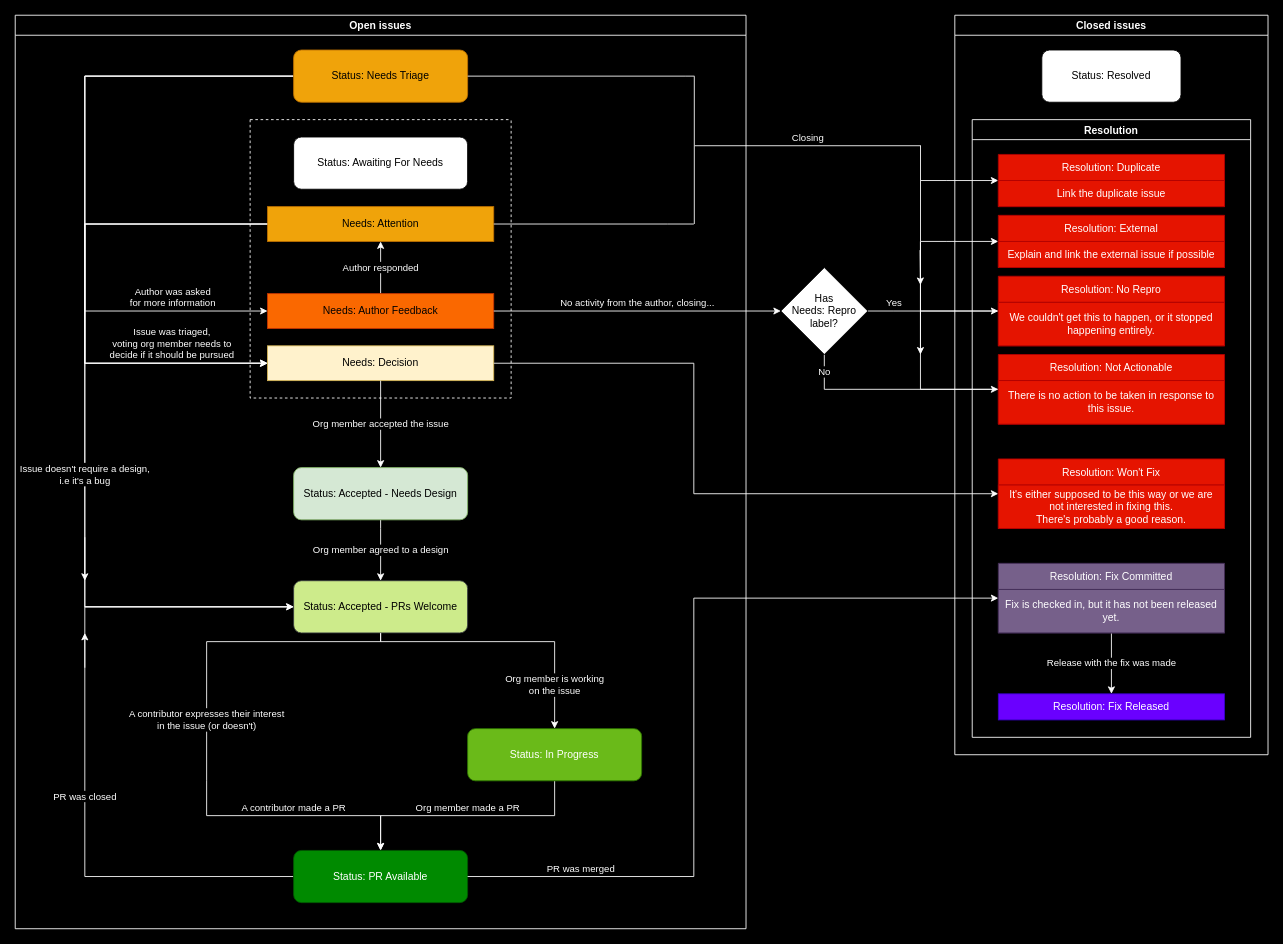
Above: source/_images/triaging.drawio in jack1142/Red-DevGuide (draw.io), before the change. Source tidied: cells renumbered, new cells numbered last; positions are measured from the earlier drawing's top-left corner, leaving out a move shared by most shapes. Both pictures are drawn from the tidied source at 87%, with x=0, y=0 at pixel (15, 15).
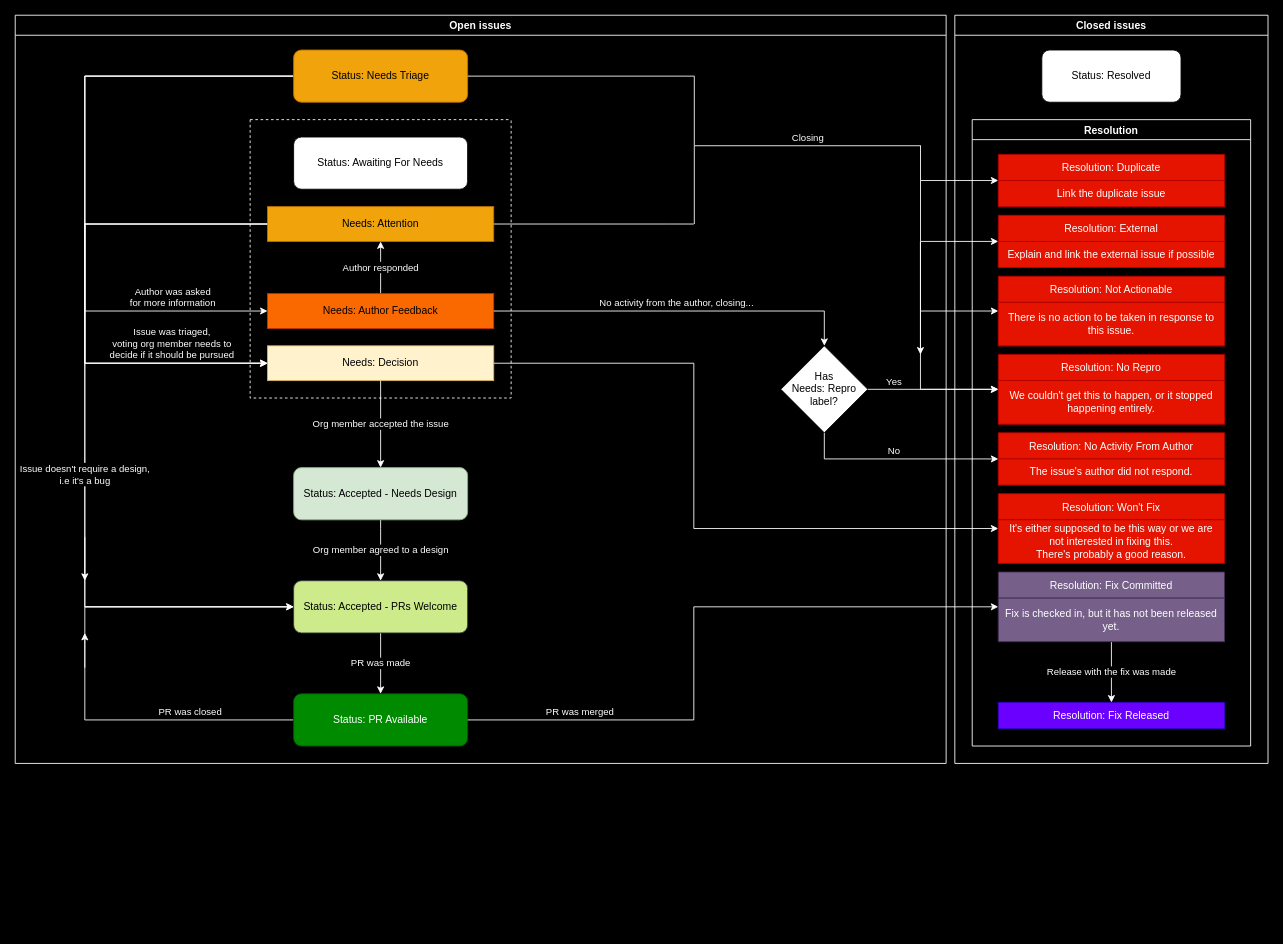
Above is the later version.

Commit message (it also covers changes not shown here):
Remove In Progress status, add No Activity From Author resolution

The change refers to these unchanged cells:
```xml
<mxCell id="10" value="Needs: Author Feedback" style="rounded=0;whiteSpace=wrap;html=1;strokeColor=#C73500;fillColor=#fa6800;fontColor=#000000;" parent="4" vertex="1">
  <mxGeometry x="20" y="200" width="260" height="40" as="geometry" />
</mxCell>
<mxCell id="11" value="Needs: Decision" style="rounded=0;whiteSpace=wrap;html=1;strokeColor=#d6b656;fillColor=#fff2cc;" parent="4" vertex="1">
  <mxGeometry x="20" y="260" width="260" height="40" as="geometry" />
</mxCell>
<mxCell id="27" value="Status: Accepted - PRs Welcome" style="rounded=1;whiteSpace=wrap;html=1;fillColor=#cdeb8b;strokeColor=#36393d;" parent="2" vertex="1">
  <mxGeometry x="320" y="650" width="200" height="60" as="geometry" />
</mxCell>
<mxCell id="37" style="swimlane;startSize=0;labelBackgroundColor=none;swimlaneFillColor=#FFFFFF;gradientColor=#ffffff;fillColor=none;strokeColor=none;" parent="1" vertex="1">
  <mxGeometry x="1040" y="150" width="1" height="110" as="geometry" />
</mxCell>
<mxCell id="56" value="It's either supposed to be this way or we are not interested in fixing this.&#10;There's probably a good reason." style="text;strokeColor=#B20000;fillColor=#e51400;align=center;verticalAlign=middle;spacingLeft=4;spacingRight=4;overflow=hidden;points=[[0,0.5],[1,0.5]];portConstraint=eastwest;whiteSpace=wrap;fontColor=#ffffff;" parent="55" vertex="1">
  <mxGeometry y="30" width="260" height="50" as="geometry" />
</mxCell>
```

Diff of the diagram source:
```diff
@@
     <mxCell id="2" value="Open issues" style="swimlane;swimlaneFillColor=none;fillColor=#000000;strokeColor=#FFFFFF;fontColor=#FFFFFF;" parent="1" vertex="1">
-      <mxGeometry width="840" height="1050" as="geometry" />
+      <mxGeometry width="1070" height="860" as="geometry" />
     </mxCell>
@@
-    <mxCell id="19" value="PR was closed" style="edgeStyle=orthogonalEdgeStyle;rounded=0;jettySize=auto;html=1;sourcePerimeterSpacing=0;targetPerimeterSpacing=0;shadow=0;sketch=0;endArrow=none;endFill=0;align=center;labelBackgroundColor=#000000;fontColor=#FFFFFF;strokeColor=#FFFFFF;" parent="2" edge="1" source="25" target="27">
-      <mxGeometry x="-0.16" relative="1" as="geometry">
+    <mxCell id="19" value="PR was closed" style="edgeStyle=orthogonalEdgeStyle;rounded=0;jettySize=auto;html=1;sourcePerimeterSpacing=0;targetPerimeterSpacing=0;shadow=0;sketch=0;endArrow=none;endFill=0;align=center;labelBackgroundColor=#000000;fontColor=#FFFFFF;strokeColor=#FFFFFF;verticalAlign=bottom;" parent="2" edge="1" source="25" target="27">
+      <mxGeometry x="-0.61" relative="1" as="geometry">
         <Array as="points">
-          <mxPoint x="80" y="990" />
+          <mxPoint x="80" y="810" />
           <mxPoint x="80" y="680" />
         </Array>
       </mxGeometry>
     </mxCell>
-    <mxCell id="20" value="Org member is working&lt;br&gt;on the issue" style="edgeStyle=orthogonalEdgeStyle;rounded=0;jettySize=auto;html=1;startArrow=none;startFill=0;endArrow=classic;endFill=1;align=center;labelBackgroundColor=#000000;fontColor=#FFFFFF;strokeColor=#FFFFFF;" parent="2" edge="1" source="27" target="28">
-      <mxGeometry x="0.68" relative="1" as="geometry">
-        <Array as="points">
-          <mxPoint x="420" y="720" />
-          <mxPoint x="620" y="720" />
-        </Array>
-      </mxGeometry>
-    </mxCell>
-    <mxCell id="21" value="A contributor made a PR" style="edgeStyle=orthogonalEdgeStyle;rounded=0;jettySize=auto;html=1;startArrow=none;startFill=0;endArrow=classic;endFill=1;verticalAlign=bottom;labelBackgroundColor=#000000;fontColor=#FFFFFF;strokeColor=#FFFFFF;" parent="2" edge="1" target="25">
-      <mxGeometry relative="1" as="geometry">
-        <mxPoint x="220" y="880" as="sourcePoint" />
-        <Array as="points">
-          <mxPoint x="220" y="880" />
-          <mxPoint x="220" y="920" />
-          <mxPoint x="420" y="920" />
-        </Array>
-      </mxGeometry>
-    </mxCell>
-    <mxCell id="22" value="Org member made a PR" style="edgeStyle=orthogonalEdgeStyle;rounded=0;jettySize=auto;html=1;startArrow=none;startFill=0;endArrow=classic;endFill=1;verticalAlign=bottom;labelBackgroundColor=#000000;fontColor=#FFFFFF;strokeColor=#FFFFFF;" parent="2" edge="1" source="28" target="25">
-      <mxGeometry relative="1" as="geometry">
-        <Array as="points">
-          <mxPoint x="620" y="920" />
-          <mxPoint x="420" y="920" />
-        </Array>
-      </mxGeometry>
-    </mxCell>
@@
     <mxCell id="25" value="Status: PR Available" style="rounded=1;whiteSpace=wrap;html=1;strokeColor=#005700;fontColor=#ffffff;fillColor=#008a00;" parent="2" vertex="1">
-      <mxGeometry x="320" y="960" width="200" height="60" as="geometry" />
+      <mxGeometry x="320" y="780" width="200" height="60" as="geometry" />
     </mxCell>
@@
+    <mxCell id="64" value="PR was made" style="edgeStyle=orthogonalEdgeStyle;rounded=0;jettySize=auto;html=1;strokeColor=#FFFFFF;labelBackgroundColor=#000000;fontColor=#FFFFFF;" parent="2" edge="1" source="27" target="25">
+      <mxGeometry relative="1" as="geometry" />
+    </mxCell>
@@
-    <mxCell id="28" value="Status: In Progress" style="rounded=1;whiteSpace=wrap;html=1;strokeColor=#2D7600;fontColor=#ffffff;fillColor=#6ABA19;" parent="2" vertex="1">
-      <mxGeometry x="520" y="820" width="200" height="60" as="geometry" />
-    </mxCell>
+    <mxCell id="62" value="Has&lt;br&gt;Needs: Repro&lt;br&gt;label?" style="rhombus;whiteSpace=wrap;html=1;" parent="2" vertex="1">
+      <mxGeometry x="880" y="380" width="100" height="100" as="geometry" />
+    </mxCell>
+    <mxCell id="63" value="No activity from the author, closing..." style="edgeStyle=orthogonalEdgeStyle;rounded=0;jettySize=auto;html=1;verticalAlign=bottom;labelBackgroundColor=#000000;fontColor=#FFFFFF;strokeColor=#FFFFFF;" parent="2" edge="1" source="10" target="62">
+      <mxGeometry relative="1" as="geometry" />
+    </mxCell>
     <mxCell id="29" style="edgeStyle=orthogonalEdgeStyle;rounded=0;jettySize=auto;html=1;startArrow=none;startFill=0;endArrow=classic;endFill=1;strokeColor=#FFFFFF;" parent="1" edge="1" source="11" target="56">
       <mxGeometry relative="1" as="geometry">
         <Array as="points">
           <mxPoint x="780" y="400" />
-          <mxPoint x="780" y="550" />
+          <mxPoint x="780" y="590" />
         </Array>
       </mxGeometry>
     </mxCell>
-    <mxCell id="30" value="A contributor expresses their interest&lt;br style=&quot;font-size: 11px;&quot;&gt;in the issue (or doesn't)" style="edgeStyle=orthogonalEdgeStyle;rounded=0;sketch=0;jumpStyle=gap;jettySize=auto;html=1;labelBackgroundColor=#000000;fontSize=11;strokeWidth=1;align=center;endArrow=none;endFill=0;fontColor=#FFFFFF;strokeColor=#FFFFFF;" parent="1" edge="1" source="27">
-      <mxGeometry x="0.62" relative="1" as="geometry">
-        <mxPoint x="220" y="880" as="targetPoint" />
-        <Array as="points">
-          <mxPoint x="420" y="720" />
-          <mxPoint x="220" y="720" />
-        </Array>
-      </mxGeometry>
-    </mxCell>
     <mxCell id="31" value="PR was merged" style="edgeStyle=orthogonalEdgeStyle;rounded=0;jettySize=auto;html=1;startArrow=none;startFill=0;endArrow=classic;endFill=1;labelBackgroundColor=#000000;verticalAlign=bottom;fontColor=#FFFFFF;strokeColor=#FFFFFF;" parent="1" edge="1" source="25" target="59">
-      <mxGeometry x="-0.72" relative="1" as="geometry">
+      <mxGeometry x="-0.65" relative="1" as="geometry">
         <Array as="points">
-          <mxPoint x="780" y="990" />
-          <mxPoint x="780" y="670" />
+          <mxPoint x="780" y="810" />
+          <mxPoint x="780" y="680" />
         </Array>
+        <mxPoint x="-1" as="offset" />
       </mxGeometry>
     </mxCell>
-    <mxCell id="32" value="No" style="edgeStyle=orthogonalEdgeStyle;rounded=0;jettySize=auto;html=1;align=center;labelBackgroundColor=#000000;fontColor=#FFFFFF;strokeColor=#FFFFFF;" parent="1" edge="1" source="62" target="57">
-      <mxGeometry x="-0.83" relative="1" as="geometry">
-        <Array as="points">
-          <mxPoint x="930" y="430" />
-        </Array>
-      </mxGeometry>
-    </mxCell>
-    <mxCell id="33" value="Yes" style="edgeStyle=orthogonalEdgeStyle;rounded=0;jettySize=auto;html=1;verticalAlign=bottom;labelBackgroundColor=#000000;fontColor=#FFFFFF;strokeColor=#FFFFFF;" parent="1" edge="1" source="62" target="53">
-      <mxGeometry x="-0.6" relative="1" as="geometry">
-        <Array as="points">
-          <mxPoint x="1010" y="340" />
-          <mxPoint x="1010" y="340" />
-        </Array>
-      </mxGeometry>
-    </mxCell>
-    <mxCell id="34" style="edgeStyle=orthogonalEdgeStyle;rounded=0;jettySize=auto;html=1;endArrow=none;endFill=0;strokeColor=#FFFFFF;" parent="1" edge="1" source="37" target="57">
+    <mxCell id="34" style="edgeStyle=orthogonalEdgeStyle;rounded=0;jettySize=auto;html=1;endArrow=classic;endFill=1;strokeColor=#FFFFFF;" parent="1" edge="1" source="37" target="57">
       <mxGeometry relative="1" as="geometry">
         <Array as="points">
-          <mxPoint x="1040" y="430" />
+          <mxPoint x="1041" y="340" />
         </Array>
       </mxGeometry>
     </mxCell>
-    <mxCell id="35" style="endArrow=classic;html=1;strokeColor=#FFFFFF;" parent="1" edge="1">
-      <mxGeometry relative="1" as="geometry">
-        <mxPoint x="1040" y="270" as="sourcePoint" />
-        <mxPoint x="1040.5" y="310" as="targetPoint" />
-      </mxGeometry>
-    </mxCell>
@@
-    <mxCell id="38" style="edgeStyle=orthogonalEdgeStyle;rounded=0;jettySize=auto;html=1;endArrow=none;endFill=0;strokeColor=#FFFFFF;" parent="1" edge="1" source="37" target="53">
+    <mxCell id="38" style="edgeStyle=orthogonalEdgeStyle;rounded=0;jettySize=auto;html=1;endArrow=classic;endFill=1;strokeColor=#FFFFFF;" parent="1" edge="1" source="37" target="53">
       <mxGeometry relative="1" as="geometry">
         <Array as="points">
-          <mxPoint x="1041" y="340" />
+          <mxPoint x="1041" y="430" />
         </Array>
       </mxGeometry>
     </mxCell>
@@
     <mxCell id="45" value="Closed issues" style="swimlane;strokeColor=#FFFFFF;fillColor=#000000;fontColor=#FFFFFF;" parent="1" vertex="1">
-      <mxGeometry x="1080" width="360" height="850" as="geometry" />
+      <mxGeometry x="1080" width="360" height="860" as="geometry" />
     </mxCell>
@@
     <mxCell id="47" value="Resolution" style="swimlane;fontColor=#FFFFFF;fillColor=#000000;strokeColor=#FFFFFF;" parent="45" vertex="1">
-      <mxGeometry x="20" y="120" width="320" height="710" as="geometry" />
+      <mxGeometry x="20" y="120" width="320" height="720" as="geometry" />
     </mxCell>
@@
     <mxCell id="53" value="Resolution: No Repro" style="swimlane;fontStyle=0;horizontal=1;startSize=30;spacing=2;verticalAlign=middle;labelPosition=center;verticalLabelPosition=middle;align=center;fillColor=#e51400;strokeColor=#B20000;fontColor=#ffffff;" parent="47" vertex="1">
-      <mxGeometry x="30" y="180" width="260" height="80" as="geometry" />
+      <mxGeometry x="30" y="270" width="260" height="80" as="geometry" />
     </mxCell>
@@
     <mxCell id="55" value="Resolution: Won't Fix" style="swimlane;fontStyle=0;horizontal=1;startSize=30;spacing=2;verticalAlign=middle;labelPosition=center;verticalLabelPosition=middle;align=center;fillColor=#e51400;strokeColor=#B20000;fontColor=#ffffff;" parent="47" vertex="1">
-      <mxGeometry x="30" y="390" width="260" height="80" as="geometry" />
+      <mxGeometry x="30" y="430" width="260" height="80" as="geometry" />
     </mxCell>
@@
-    <mxCell id="57" value="Resolution: Not Actionable" style="swimlane;fontStyle=0;horizontal=1;startSize=30;spacing=2;verticalAlign=middle;labelPosition=center;verticalLabelPosition=middle;align=center;fillColor=#e51400;strokeColor=#B20000;fontColor=#ffffff;" parent="47" vertex="1">
-      <mxGeometry x="30" y="270" width="260" height="80" as="geometry" />
-    </mxCell>
-    <mxCell id="58" value="There is no action to be taken in response to this issue." style="text;strokeColor=#B20000;fillColor=#e51400;align=center;verticalAlign=middle;spacingLeft=4;spacingRight=4;overflow=hidden;whiteSpace=wrap;fontColor=#ffffff;" parent="57" vertex="1">
-      <mxGeometry y="30" width="260" height="50" as="geometry" />
-    </mxCell>
     <mxCell id="59" value="Resolution: Fix Committed" style="swimlane;fontStyle=0;horizontal=1;startSize=30;spacing=2;verticalAlign=middle;labelPosition=center;verticalLabelPosition=middle;align=center;strokeColor=#432D57;fontColor=#ffffff;fillColor=#76608a;" parent="47" vertex="1">
-      <mxGeometry x="30" y="510" width="260" height="80" as="geometry" />
+      <mxGeometry x="30" y="520" width="260" height="80" as="geometry" />
     </mxCell>
@@
     <mxCell id="61" value="Resolution: Fix Released" style="rounded=0;whiteSpace=wrap;html=1;strokeColor=#3700CC;fillColor=#6a00ff;fontColor=#ffffff;" parent="47" vertex="1">
-      <mxGeometry x="30" y="660" width="260" height="30" as="geometry" />
+      <mxGeometry x="30" y="670" width="260" height="30" as="geometry" />
     </mxCell>
-    <mxCell id="62" value="Has&lt;br&gt;Needs: Repro&lt;br&gt;label?" style="rhombus;whiteSpace=wrap;html=1;" parent="1" vertex="1">
-      <mxGeometry x="880" y="290" width="100" height="100" as="geometry" />
-    </mxCell>
-    <mxCell id="63" value="No activity from the author, closing..." style="edgeStyle=orthogonalEdgeStyle;rounded=0;jettySize=auto;html=1;verticalAlign=bottom;labelBackgroundColor=#000000;fontColor=#FFFFFF;strokeColor=#FFFFFF;" parent="1" edge="1" source="10" target="62">
-      <mxGeometry relative="1" as="geometry" />
-    </mxCell>
+    <mxCell id="57" value="Resolution: Not Actionable" style="swimlane;fontStyle=0;horizontal=1;startSize=30;spacing=2;verticalAlign=middle;labelPosition=center;verticalLabelPosition=middle;align=center;fillColor=#e51400;strokeColor=#B20000;fontColor=#ffffff;" parent="47" vertex="1">
+      <mxGeometry x="30" y="180" width="260" height="80" as="geometry" />
+    </mxCell>
+    <mxCell id="58" value="There is no action to be taken in response to this issue." style="text;strokeColor=#B20000;fillColor=#e51400;align=center;verticalAlign=middle;spacingLeft=4;spacingRight=4;overflow=hidden;whiteSpace=wrap;fontColor=#ffffff;" parent="57" vertex="1">
+      <mxGeometry y="30" width="260" height="50" as="geometry" />
+    </mxCell>
+    <mxCell id="65" value="Resolution: No Activity From Author" style="swimlane;fontStyle=0;horizontal=1;startSize=30;spacing=2;verticalAlign=middle;labelPosition=center;verticalLabelPosition=middle;align=center;fillColor=#e51400;strokeColor=#B20000;fontColor=#ffffff;" parent="47" vertex="1">
+      <mxGeometry x="30" y="360" width="260" height="60" as="geometry" />
+    </mxCell>
+    <mxCell id="66" value="The issue's author did not respond." style="text;strokeColor=#B20000;fillColor=#e51400;align=center;verticalAlign=middle;spacingLeft=4;spacingRight=4;overflow=hidden;whiteSpace=wrap;fontColor=#ffffff;" parent="65" vertex="1">
+      <mxGeometry y="30" width="260" height="30" as="geometry" />
+    </mxCell>
+    <mxCell id="33" value="Yes" style="edgeStyle=orthogonalEdgeStyle;rounded=0;jettySize=auto;html=1;endArrow=classic;endFill=1;strokeColor=#FFFFFF;verticalAlign=bottom;fontColor=#FFFFFF;labelBackgroundColor=#000000;" parent="1" edge="1" source="62" target="53">
+      <mxGeometry x="-0.6" relative="1" as="geometry" />
+    </mxCell>
+    <mxCell id="32" value="No" style="edgeStyle=orthogonalEdgeStyle;rounded=0;jettySize=auto;html=1;endArrow=classic;endFill=1;strokeColor=#FFFFFF;fontColor=#FFFFFF;labelBackgroundColor=#000000;verticalAlign=bottom;" parent="1" edge="1" source="62" target="65">
+      <mxGeometry x="-0.04" relative="1" as="geometry">
+        <Array as="points">
+          <mxPoint x="930" y="510" />
+        </Array>
+      </mxGeometry>
+    </mxCell>
```
